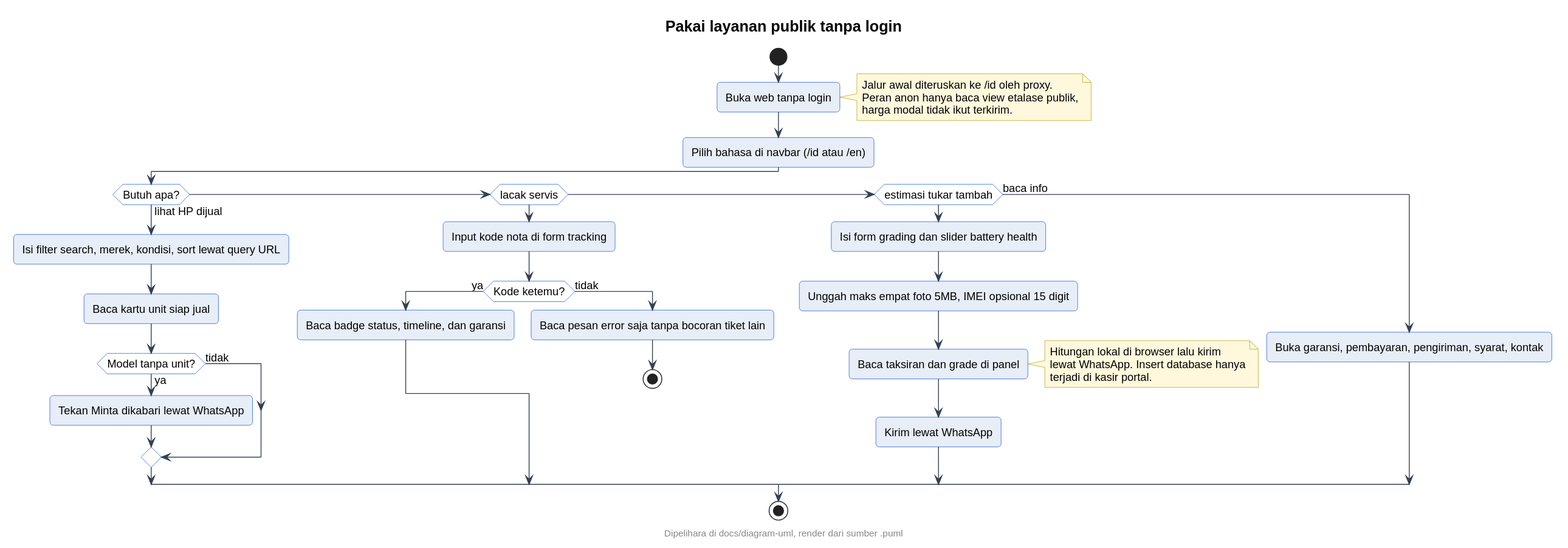
The PlantUML diagram docs/diagram-uml/pengunjung/activity-pengunjung.svg in neiaki/KP, before a commit. The source it was exported from:
```plantuml
@startuml
skinparam backgroundColor #FFFFFF
skinparam shadowing false
skinparam roundcorner 8
skinparam defaultFontName sans-serif
skinparam defaultFontSize 13
skinparam titleFontSize 18
skinparam titleFontStyle bold
skinparam headerFontSize 11
skinparam footerFontSize 11
skinparam noteBackgroundColor #FFF8DC
skinparam noteBorderColor #B89B00
skinparam actorBackgroundColor #E8EEF7
skinparam actorBorderColor #0B4ED8
skinparam participantBackgroundColor #E8EEF7
skinparam participantBorderColor #0B4ED8
skinparam usecaseBackgroundColor #E8EEF7
skinparam usecaseBorderColor #0B4ED8
skinparam classBackgroundColor #E8EEF7
skinparam classBorderColor #0B4ED8
skinparam objectBackgroundColor #EEF3FA
skinparam objectBorderColor #0B4ED8
skinparam activityBackgroundColor #E8EEF7
skinparam activityBorderColor #0B4ED8
skinparam activityDiamondBackgroundColor #FFFFFF
skinparam activityDiamondBorderColor #0B4ED8
skinparam stateBackgroundColor #E8EEF7
skinparam stateBorderColor #0B4ED8
skinparam stateStartColor #0B4ED8
skinparam stateEndColor #0B4ED8
skinparam componentBackgroundColor #E8EEF7
skinparam componentBorderColor #0B4ED8
skinparam cloudBackgroundColor #F2F5FA
skinparam cloudBorderColor #5B6B82
skinparam databaseBackgroundColor #E8EEF7
skinparam databaseBorderColor #0B4ED8
skinparam entityBackgroundColor #E8EEF7
skinparam entityBorderColor #0B4ED8
skinparam sequenceArrowColor #334155
skinparam sequenceLifeLineBorderColor #0B4ED8
skinparam sequenceParticipantBorderColor #0B4ED8
footer Dipelihara di docs/diagram-uml, render dari sumber .puml
title Pakai layanan publik tanpa login
start
:Buka web tanpa login;
note right
  Jalur awal diteruskan ke /id oleh proxy.
  Peran anon hanya baca view etalase publik,
  harga modal tidak ikut terkirim.
end note
:Pilih bahasa di navbar (/id atau /en);
if (Butuh apa?) then (lihat HP dijual)
  :Isi filter search, merek, kondisi, sort lewat query URL;
  :Baca kartu unit siap jual;
  if (Model tanpa unit?) then (ya)
    :Tekan Minta dikabari lewat WhatsApp;
  else (tidak)
  endif
elseif (lacak servis) then
  :Input kode nota di form tracking;
  if (Kode ketemu?) then (ya)
    :Baca badge status, timeline, dan garansi;
  else (tidak)
    :Baca pesan error saja tanpa bocoran tiket lain;
    stop
  endif
elseif (estimasi tukar tambah) then
  :Isi form grading dan slider battery health;
  :Unggah maks empat foto 5MB, IMEI opsional 15 digit;
  :Baca taksiran dan grade di panel;
  note right
    Hitungan lokal di browser lalu kirim
    lewat WhatsApp. Insert database hanya
    terjadi di kasir portal.
  end note
  :Kirim lewat WhatsApp;
else (baca info)
  :Buka garansi, pembayaran, pengiriman, syarat, kontak;
endif
stop
@enduml
```
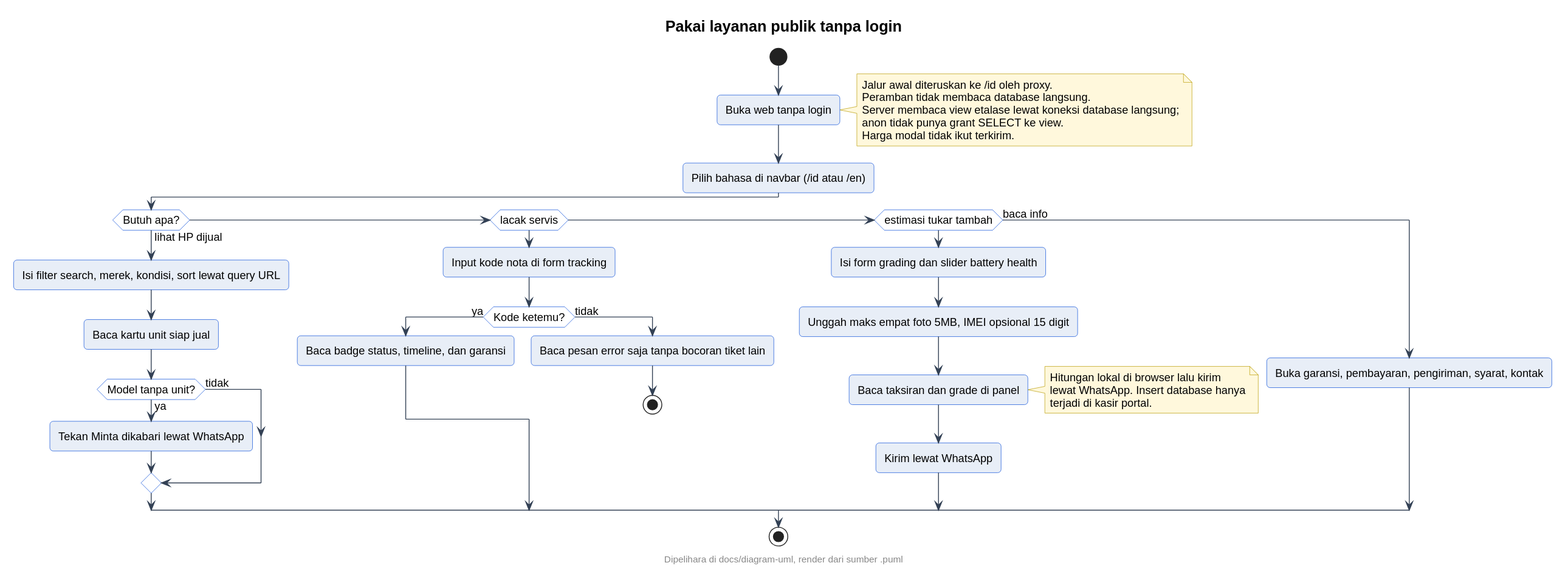
Above is the later version.

What changed in the source:
```diff
@@ -45,8 +45,10 @@
 :Buka web tanpa login;
 note right
   Jalur awal diteruskan ke /id oleh proxy.
-  Peran anon hanya baca view etalase publik,
-  harga modal tidak ikut terkirim.
+  Peramban tidak membaca database langsung.
+  Server membaca view etalase lewat koneksi database langsung;
+  anon tidak punya grant SELECT ke view.
+  Harga modal tidak ikut terkirim.
 end note
 :Pilih bahasa di navbar (/id atau /en);
 if (Butuh apa?) then (lihat HP dijual)
```
